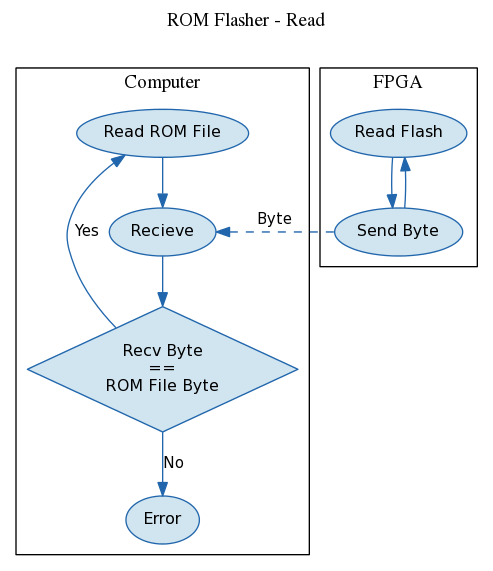
Earlier version of the Graphviz export fpga/rom_flasher/doc/block_diagram_read.png (bear24rw/sggoc). Its source is kept beside it as fpga/rom_flasher/doc/block_diagram_read.dot. Its diagram source:
```dot
digraph G {
    labelloc="t";
    label="ROM Flasher - Read\n\n";

    graph [rankdir=TB, ordering="out", nodesep=0.2, colorscheme=rdbu9];
    node [nodesep=0.2, label="\N", style="filled", colorscheme=rdbu9, color=9, fillcolor=6, fontname="Arial narrow", fontsize=12];
    edge [colorscheme=rdbu9, color=9, fontsize=11, fontname="Arial narrow"];

    subgraph clusterComputer{

        label = "Computer";

        c_file[label="Read ROM File"];
        c_recv[label="Recieve"];
        c_check[label="Recv Byte\n==\nROM File Byte", shape=diamond];
        c_exit[label="Error"];

        c_file -> c_check[dir="back", label="Yes", weight=0];
        c_file -> c_recv;
        c_recv -> c_check;
        c_check -> c_exit[label="No"];

    };

    subgraph clusterFPGA{

        label = "FPGA";

        s_read[label="Read Flash"];
        s_send[label="Send Byte"];

        s_read -> s_send;
        s_send -> s_read;
    };

    c_recv -> s_send[dir="back", label="Byte", style="dashed", weight=0, constraint=false];

}
```
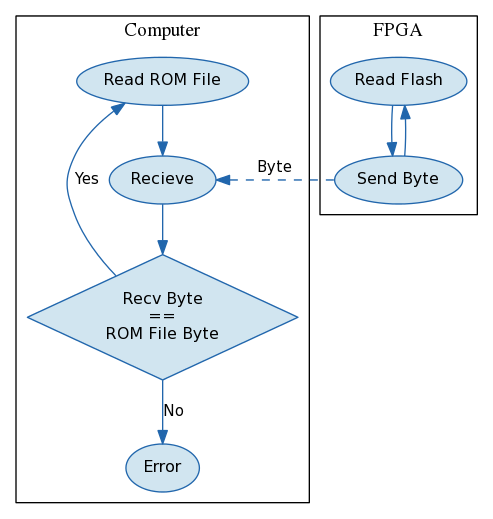
After the change.

Commit message:
[rom_flasher][doc] removed titles from diagrams

Diff of the diagram source:
```diff
@@ -1,6 +1,4 @@
 digraph G {
-    labelloc="t";
-    label="ROM Flasher - Read\n\n";
 
     graph [rankdir=TB, ordering="out", nodesep=0.2, colorscheme=rdbu9];
     node [nodesep=0.2, label="\N", style="filled", colorscheme=rdbu9, color=9, fillcolor=6, fontname="Arial narrow", fontsize=12];
```
